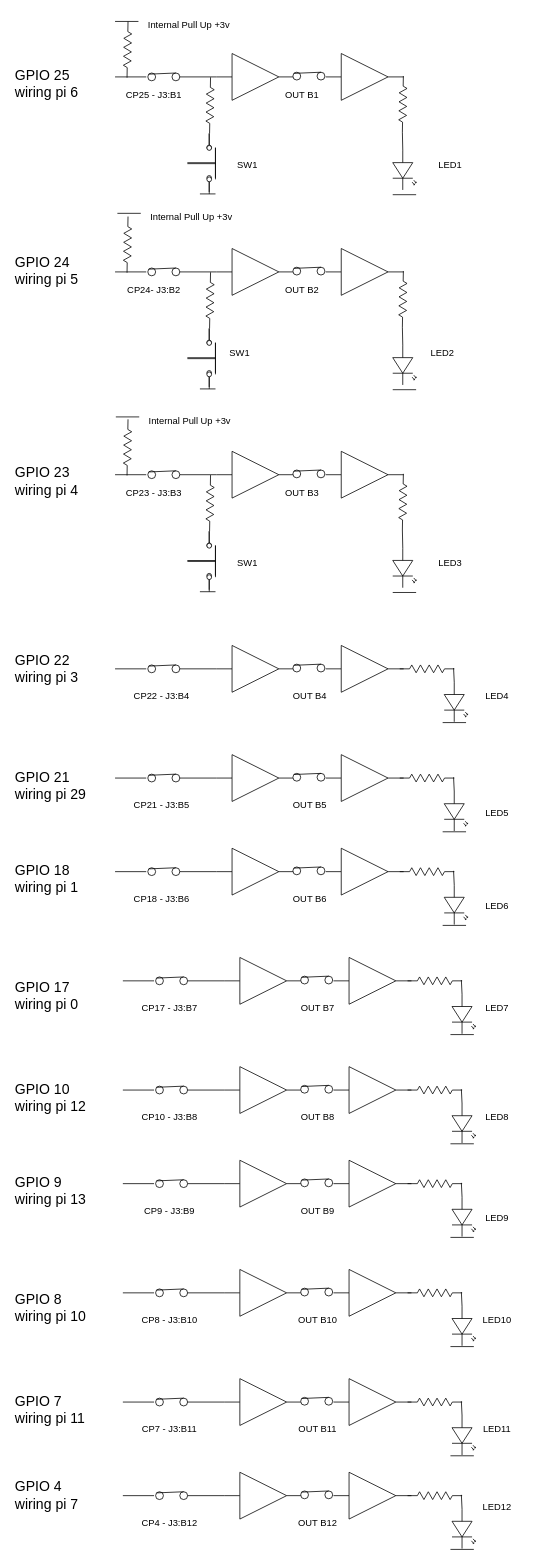
sheikhdiallo/COM304_FOUNDATION_1 keeps this draw.io diagram as sessions/session3/docs/images/girtboardcircuit.drawio. Above is the earlier version. Source tidied: cells renumbered, new cells numbered last; positions are measured from the earlier drawing's top-left corner, leaving out a move shared by most shapes. Both pictures are drawn from the tidied source at 78%, with x=0, y=0 at pixel (13, 13).
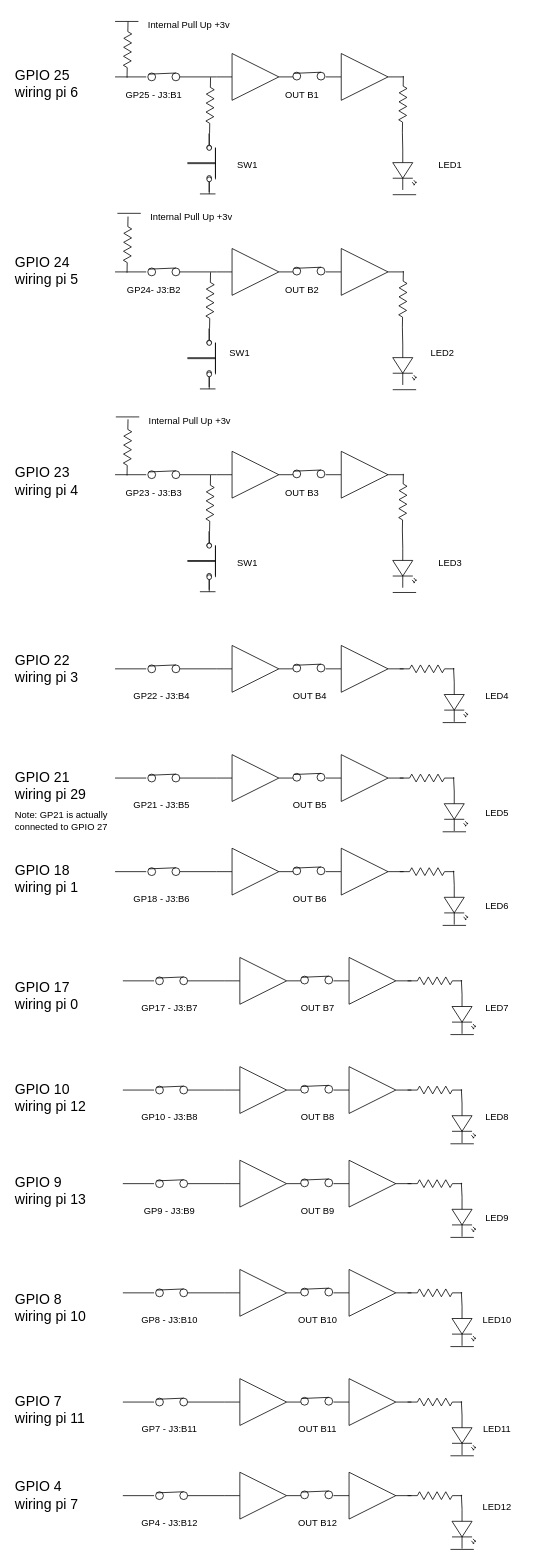
Above is the later version.

Commit message (it also covers changes not shown here):
corrected gpio diagram

Unchanged cells that the change refers to:
```xml
<mxCell id="2" style="group;" parent="1" vertex="1">
  <mxGeometry x="130" y="260" width="386" height="222.1" as="geometry" />
</mxCell>
<mxCell id="26" style="group;" parent="1" vertex="1">
  <mxGeometry x="130" y="10" width="386" height="222.1" as="geometry" />
</mxCell>
<mxCell id="51" style="group;" parent="1" vertex="1">
  <mxGeometry x="130" y="520" width="386" height="222.1" as="geometry" />
</mxCell>
<mxCell id="75" style="group;" parent="1" vertex="1">
  <mxGeometry x="130" y="810" width="452" height="98.9" as="geometry" />
</mxCell>
<mxCell id="94" style="group;" parent="1" vertex="1">
  <mxGeometry x="130" y="950" width="452" height="98.9" as="geometry" />
</mxCell>
<mxCell id="113" style="group;" parent="1" vertex="1">
  <mxGeometry x="130" y="1070" width="452" height="98.9" as="geometry" />
</mxCell>
<mxCell id="132" style="group;" parent="1" vertex="1">
  <mxGeometry x="140" y="1210" width="452" height="98.9" as="geometry" />
</mxCell>
<mxCell id="151" style="group;" parent="1" vertex="1">
  <mxGeometry x="140" y="1350" width="452" height="98.9" as="geometry" />
</mxCell>
<mxCell id="170" style="group;" parent="1" vertex="1">
  <mxGeometry x="140" y="1470" width="452" height="98.9" as="geometry" />
</mxCell>
<mxCell id="189" style="group;" parent="1" vertex="1">
  <mxGeometry x="140" y="1610" width="452" height="98.9" as="geometry" />
</mxCell>
<mxCell id="208" style="group;" parent="1" vertex="1">
  <mxGeometry x="140" y="1750" width="452" height="98.9" as="geometry" />
</mxCell>
<mxCell id="227" style="group;" parent="1" vertex="1">
  <mxGeometry x="140" y="1870" width="452" height="98.9" as="geometry" />
</mxCell>
```

Diff of the diagram source:
```diff
@@
-    <mxCell id="23" value="CP24- J3:B2" style="text;html=1;align=center;verticalAlign=middle;whiteSpace=wrap;rounded=0;" parent="2" vertex="1">
+    <mxCell id="23" value="GP24- J3:B2" style="text;html=1;align=center;verticalAlign=middle;whiteSpace=wrap;rounded=0;" parent="2" vertex="1">
       <mxGeometry y="80" width="100" height="30" as="geometry" />
     </mxCell>
@@
-    <mxCell id="47" value="CP25 - J3:B1" style="text;html=1;align=center;verticalAlign=middle;whiteSpace=wrap;rounded=0;" parent="26" vertex="1">
+    <mxCell id="47" value="GP25 - J3:B1" style="text;html=1;align=center;verticalAlign=middle;whiteSpace=wrap;rounded=0;" parent="26" vertex="1">
       <mxGeometry y="80" width="100" height="30" as="geometry" />
     </mxCell>
@@
-    <mxCell id="72" value="CP23 - J3:B3" style="text;html=1;align=center;verticalAlign=middle;whiteSpace=wrap;rounded=0;" parent="51" vertex="1">
+    <mxCell id="72" value="GP23 - J3:B3" style="text;html=1;align=center;verticalAlign=middle;whiteSpace=wrap;rounded=0;" parent="51" vertex="1">
       <mxGeometry y="80" width="100" height="30" as="geometry" />
     </mxCell>
@@
-    <mxCell id="91" value="CP22 - J3:B4" style="text;html=1;align=center;verticalAlign=middle;whiteSpace=wrap;rounded=0;" parent="75" vertex="1">
+    <mxCell id="91" value="GP22 - J3:B4" style="text;html=1;align=center;verticalAlign=middle;whiteSpace=wrap;rounded=0;" parent="75" vertex="1">
       <mxGeometry x="10" y="50" width="100" height="30" as="geometry" />
     </mxCell>
@@
-    <mxCell id="110" value="CP21 - J3:B5" style="text;html=1;align=center;verticalAlign=middle;whiteSpace=wrap;rounded=0;" parent="94" vertex="1">
+    <mxCell id="110" value="GP21 - J3:B5" style="text;html=1;align=center;verticalAlign=middle;whiteSpace=wrap;rounded=0;" parent="94" vertex="1">
       <mxGeometry x="10" y="50" width="100" height="30" as="geometry" />
     </mxCell>
@@
-    <mxCell id="129" value="CP18 - J3:B6" style="text;html=1;align=center;verticalAlign=middle;whiteSpace=wrap;rounded=0;" parent="113" vertex="1">
+    <mxCell id="129" value="GP18 - J3:B6" style="text;html=1;align=center;verticalAlign=middle;whiteSpace=wrap;rounded=0;" parent="113" vertex="1">
       <mxGeometry x="10" y="50" width="100" height="30" as="geometry" />
     </mxCell>
@@
-    <mxCell id="148" value="CP17 - J3:B7" style="text;html=1;align=center;verticalAlign=middle;whiteSpace=wrap;rounded=0;" parent="132" vertex="1">
+    <mxCell id="148" value="GP17 - J3:B7" style="text;html=1;align=center;verticalAlign=middle;whiteSpace=wrap;rounded=0;" parent="132" vertex="1">
       <mxGeometry x="10" y="50" width="100" height="30" as="geometry" />
     </mxCell>
@@
-    <mxCell id="167" value="CP10 - J3:B8" style="text;html=1;align=center;verticalAlign=middle;whiteSpace=wrap;rounded=0;" parent="151" vertex="1">
+    <mxCell id="167" value="GP10 - J3:B8" style="text;html=1;align=center;verticalAlign=middle;whiteSpace=wrap;rounded=0;" parent="151" vertex="1">
       <mxGeometry x="10" y="50" width="100" height="30" as="geometry" />
     </mxCell>
@@
-    <mxCell id="186" value="CP9 - J3:B9" style="text;html=1;align=center;verticalAlign=middle;whiteSpace=wrap;rounded=0;" parent="170" vertex="1">
+    <mxCell id="186" value="GP9 - J3:B9" style="text;html=1;align=center;verticalAlign=middle;whiteSpace=wrap;rounded=0;" parent="170" vertex="1">
       <mxGeometry x="10" y="50" width="100" height="30" as="geometry" />
     </mxCell>
@@
-    <mxCell id="205" value="CP8 - J3:B10" style="text;html=1;align=center;verticalAlign=middle;whiteSpace=wrap;rounded=0;" parent="189" vertex="1">
+    <mxCell id="205" value="GP8 - J3:B10" style="text;html=1;align=center;verticalAlign=middle;whiteSpace=wrap;rounded=0;" parent="189" vertex="1">
       <mxGeometry x="10" y="50" width="100" height="30" as="geometry" />
     </mxCell>
@@
-    <mxCell id="224" value="CP7 - J3:B11" style="text;html=1;align=center;verticalAlign=middle;whiteSpace=wrap;rounded=0;" parent="208" vertex="1">
+    <mxCell id="224" value="GP7 - J3:B11" style="text;html=1;align=center;verticalAlign=middle;whiteSpace=wrap;rounded=0;" parent="208" vertex="1">
       <mxGeometry x="10" y="50" width="100" height="30" as="geometry" />
     </mxCell>
@@
-    <mxCell id="243" value="CP4 - J3:B12" style="text;html=1;align=center;verticalAlign=middle;whiteSpace=wrap;rounded=0;" parent="227" vertex="1">
+    <mxCell id="243" value="GP4 - J3:B12" style="text;html=1;align=center;verticalAlign=middle;whiteSpace=wrap;rounded=0;" parent="227" vertex="1">
       <mxGeometry x="10" y="50" width="100" height="30" as="geometry" />
     </mxCell>
@@
+    <mxCell id="278" value="Note: GP21 is actually connected to GPIO 27" style="text;html=1;align=left;verticalAlign=middle;whiteSpace=wrap;rounded=0;" parent="1" vertex="1">
+      <mxGeometry y="1020" width="130" height="30" as="geometry" />
+    </mxCell>
```
